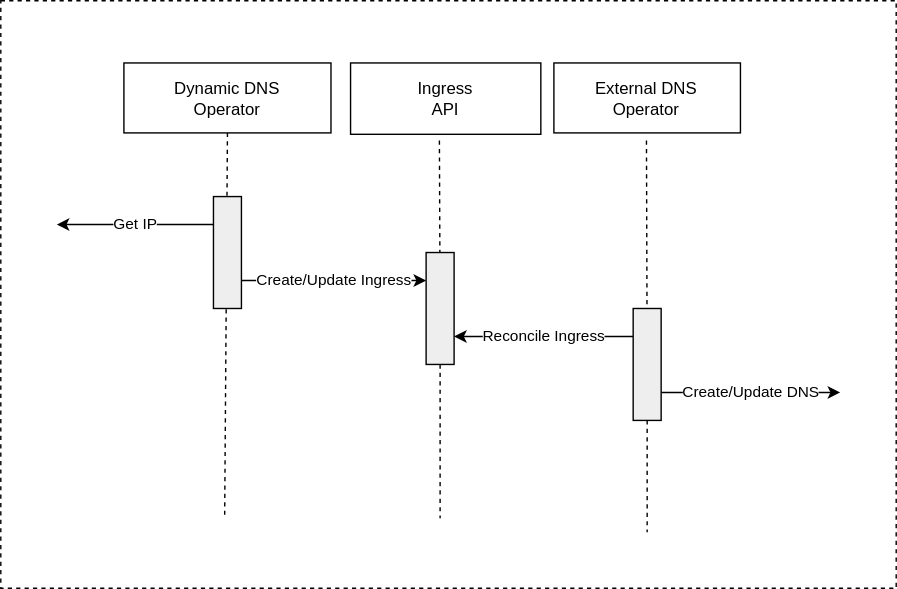
The draw.io diagram static/images/kubernetes-diy-dynamic-dns-operator.drawio.svg in Cori1109/Cori1109.github.io, before a commit. Source tidied: cells renumbered, new cells last; positions are measured from the earlier drawing's top-left corner, leaving out a move shared by most shapes.
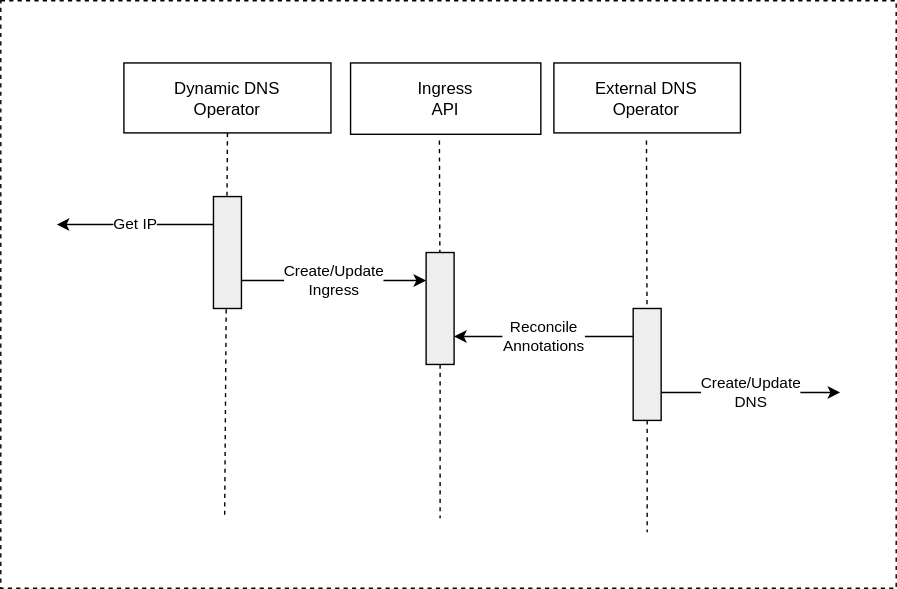
The same diagram one commit later.

The edit, as a diff of the source:
```diff
@@ -34,7 +34,7 @@
         <mxPoint x="40" y="160" as="targetPoint" />
       </mxGeometry>
     </mxCell>
-    <mxCell id="10" value="Create/Update Ingress" style="edgeStyle=orthogonalEdgeStyle;rounded=0;jettySize=auto;html=1;exitX=1;exitY=0.75;exitDx=0;exitDy=0;entryX=0;entryY=0.25;entryDx=0;entryDy=0;startArrow=none;startFill=0;endArrow=classic;endFill=1;" parent="1" edge="1" source="18" target="12">
+    <mxCell id="10" value="Create/Update&lt;br&gt;Ingress" style="edgeStyle=orthogonalEdgeStyle;rounded=0;jettySize=auto;html=1;exitX=1;exitY=0.75;exitDx=0;exitDy=0;entryX=0;entryY=0.25;entryDx=0;entryDy=0;startArrow=none;startFill=0;endArrow=classic;endFill=1;" parent="1" edge="1" source="18" target="12">
       <mxGeometry relative="1" as="geometry" />
     </mxCell>
     <mxCell id="11" style="edgeStyle=none;html=1;dashed=1;endArrow=none;align=center;verticalAlign=bottom;exitX=0.5;exitY=1;" parent="1" edge="1" source="3">
@@ -50,10 +50,10 @@
         <mxPoint x="313.5" y="100" as="sourcePoint" />
       </mxGeometry>
     </mxCell>
-    <mxCell id="14" value="Reconcile Ingress" style="edgeStyle=orthogonalEdgeStyle;rounded=0;jettySize=auto;html=1;exitX=0;exitY=0.25;exitDx=0;exitDy=0;entryX=1;entryY=0.75;entryDx=0;entryDy=0;startArrow=none;startFill=0;endArrow=classic;endFill=1;" parent="1" edge="1" source="16" target="12">
+    <mxCell id="14" value="Reconcile&lt;br&gt;Annotations" style="edgeStyle=orthogonalEdgeStyle;rounded=0;jettySize=auto;html=1;exitX=0;exitY=0.25;exitDx=0;exitDy=0;entryX=1;entryY=0.75;entryDx=0;entryDy=0;startArrow=none;startFill=0;endArrow=classic;endFill=1;" parent="1" edge="1" source="16" target="12">
       <mxGeometry relative="1" as="geometry" />
     </mxCell>
-    <mxCell id="15" value="Create/Update DNS" style="edgeStyle=orthogonalEdgeStyle;rounded=0;jettySize=auto;html=1;exitX=1;exitY=0.75;exitDx=0;exitDy=0;startArrow=none;startFill=0;endArrow=classic;endFill=1;" parent="1" edge="1" source="16">
+    <mxCell id="15" value="Create/Update&lt;br&gt;DNS" style="edgeStyle=orthogonalEdgeStyle;rounded=0;jettySize=auto;html=1;exitX=1;exitY=0.75;exitDx=0;exitDy=0;startArrow=none;startFill=0;endArrow=classic;endFill=1;" parent="1" edge="1" source="16">
       <mxGeometry relative="1" as="geometry">
         <mxPoint x="600" y="280" as="targetPoint" />
       </mxGeometry>
```
